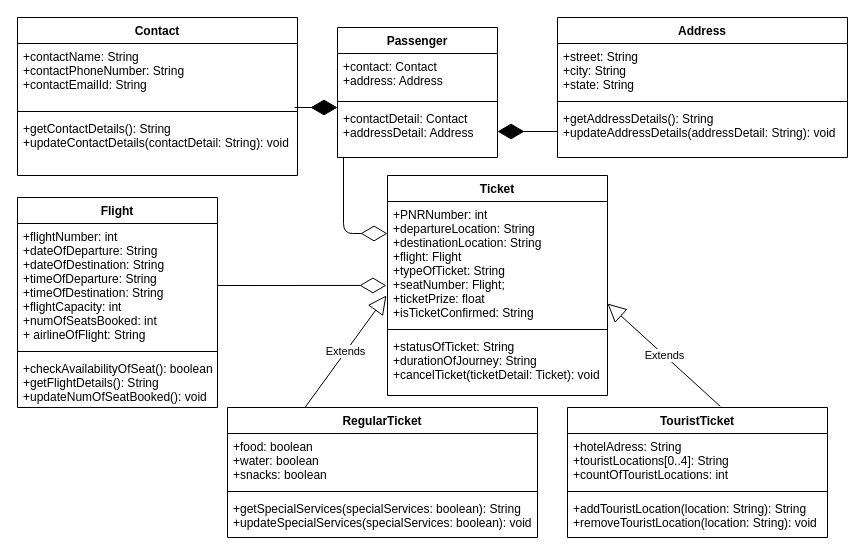
Before: FlightRegistartionSystemDrawio.drawio in Rutu4/Flight-Reservation-System, a draw.io diagram. Source tidied: cells renumbered, new cells numbered last; positions are measured from the earlier drawing's top-left corner, leaving out a move shared by most shapes. Both pictures are drawn from the tidied source at 100%, with x=0, y=0 at pixel (17, 17).
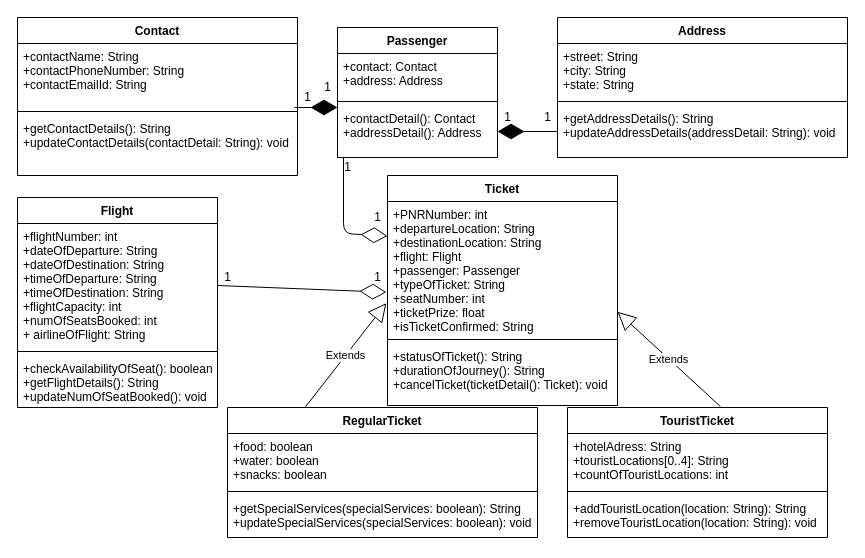
The same diagram, later.

Commit message (it also covers changes not shown here):
updated UML diagram

The change refers to these unchanged cells:
```xml
<mxCell id="6" value="Passenger" style="swimlane;fontStyle=1;align=center;verticalAlign=top;horizontal=1;startSize=26;" parent="1" vertex="1">
  <mxGeometry x="320" y="10" width="160" height="130" as="geometry" />
</mxCell>
```

The edit, as a diff of the source:
```diff
@@
-    <mxCell id="9" value="+contactDetail: Contact&#10;+addressDetail: Address" style="text;strokeColor=none;fillColor=none;align=left;verticalAlign=top;spacingLeft=4;spacingRight=4;overflow=hidden;points=[[0,0.5],[1,0.5]];portConstraint=eastwest;" parent="6" vertex="1">
+    <mxCell id="9" value="+contactDetail(): Contact&#10;+addressDetail(): Address" style="text;strokeColor=none;fillColor=none;align=left;verticalAlign=top;spacingLeft=4;spacingRight=4;overflow=hidden;points=[[0,0.5],[1,0.5]];portConstraint=eastwest;" parent="6" vertex="1">
       <mxGeometry y="78" width="160" height="52" as="geometry" />
     </mxCell>
@@
     <mxCell id="18" value="Ticket" style="swimlane;fontStyle=1;align=center;verticalAlign=top;horizontal=1;startSize=26;" parent="1" vertex="1">
-      <mxGeometry x="370" y="158" width="220" height="220" as="geometry" />
+      <mxGeometry x="370" y="158" width="230" height="230" as="geometry" />
     </mxCell>
-    <mxCell id="19" value="+PNRNumber: int&#10;+departureLocation: String&#10;+destinationLocation: String&#10;+flight: Flight&#10;+typeOfTicket: String&#10;+seatNumber: Flight;&#10;+ticketPrize: float&#10;+isTicketConfirmed: String" style="text;strokeColor=none;fillColor=none;align=left;verticalAlign=top;spacingLeft=4;spacingRight=4;overflow=hidden;points=[[0,0.5],[1,0.5]];portConstraint=eastwest;" parent="18" vertex="1">
-      <mxGeometry y="26" width="220" height="124" as="geometry" />
+    <mxCell id="19" value="+PNRNumber: int&#10;+departureLocation: String&#10;+destinationLocation: String&#10;+flight: Flight&#10;+passenger: Passenger&#10;+typeOfTicket: String&#10;+seatNumber: int&#10;+ticketPrize: float&#10;+isTicketConfirmed: String" style="text;strokeColor=none;fillColor=none;align=left;verticalAlign=top;spacingLeft=4;spacingRight=4;overflow=hidden;points=[[0,0.5],[1,0.5]];portConstraint=eastwest;" parent="18" vertex="1">
+      <mxGeometry y="26" width="230" height="134" as="geometry" />
     </mxCell>
     <mxCell id="20" style="line;strokeWidth=1;fillColor=none;align=left;verticalAlign=middle;spacingTop=-1;spacingLeft=3;spacingRight=3;labelPosition=right;" parent="18" vertex="1">
-      <mxGeometry y="150" width="220" height="8" as="geometry" />
+      <mxGeometry y="160" width="230" height="8" as="geometry" />
     </mxCell>
-    <mxCell id="21" value="+statusOfTicket: String&#10;+durationOfJourney: String&#10;+cancelTicket(ticketDetail: Ticket): void" style="text;strokeColor=none;fillColor=none;align=left;verticalAlign=top;spacingLeft=4;spacingRight=4;overflow=hidden;" parent="18" vertex="1">
-      <mxGeometry y="158" width="220" height="62" as="geometry" />
+    <mxCell id="21" value="+statusOfTicket(): String&#10;+durationOfJourney(): String&#10;+cancelTicket(ticketDetail(): Ticket): void" style="text;strokeColor=none;fillColor=none;align=left;verticalAlign=top;spacingLeft=4;spacingRight=4;overflow=hidden;" parent="18" vertex="1">
+      <mxGeometry y="168" width="230" height="62" as="geometry" />
     </mxCell>
@@
+    <mxCell id="36" value="1" style="text;html=1;align=center;verticalAlign=middle;" parent="1" vertex="1">
+      <mxGeometry x="280" y="70" width="20" height="20" as="geometry" />
+    </mxCell>
+    <mxCell id="37" value="1" style="text;html=1;align=center;verticalAlign=middle;" parent="1" vertex="1">
+      <mxGeometry x="300" y="60" width="20" height="20" as="geometry" />
+    </mxCell>
+    <mxCell id="38" value="1" style="text;html=1;align=center;verticalAlign=middle;" parent="1" vertex="1">
+      <mxGeometry x="480" y="90" width="20" height="20" as="geometry" />
+    </mxCell>
+    <mxCell id="39" value="1" style="text;html=1;align=center;verticalAlign=middle;" parent="1" vertex="1">
+      <mxGeometry x="520" y="90" width="20" height="20" as="geometry" />
+    </mxCell>
+    <mxCell id="40" value="1" style="text;html=1;align=center;verticalAlign=middle;" parent="1" vertex="1">
+      <mxGeometry x="320" y="140" width="20" height="20" as="geometry" />
+    </mxCell>
+    <mxCell id="41" value="1" style="text;html=1;align=center;verticalAlign=middle;" parent="1" vertex="1">
+      <mxGeometry x="350" y="190" width="20" height="20" as="geometry" />
+    </mxCell>
+    <mxCell id="42" value="1" style="text;html=1;align=center;verticalAlign=middle;" parent="1" vertex="1">
+      <mxGeometry x="200" y="250" width="20" height="20" as="geometry" />
+    </mxCell>
+    <mxCell id="43" value="1" style="text;html=1;align=center;verticalAlign=middle;" parent="1" vertex="1">
+      <mxGeometry x="350" y="250" width="20" height="20" as="geometry" />
+    </mxCell>
```
